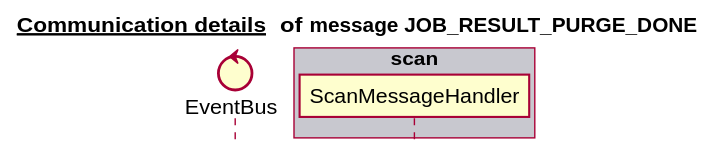
Earlier version of the PlantUML export docs/latest/images/gen_domain_messaging_job_result_purge_done.svg (mercedes-benz/sechub). The source it was exported from:
```plantuml
@startuml


title __Communication details __ of **message JOB_RESULT_PURGE_DONE**
skinparam style strictuml


control EventBus
box "scan" #C8C8CF
   participant ScanMessageHandler
end box
box "schedule" #F8F8FF
end box
box "authorization" #C8C8CF
end box
box "administration" #F8F8FF
end box
box "notification" #C8C8CF
end box


@enduml
```
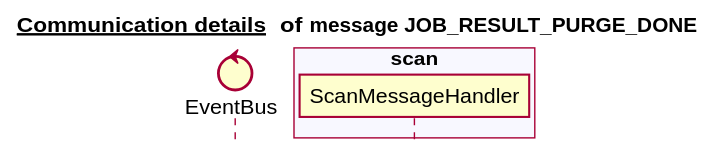
Later version of the same file.

The edit, as a diff of the source:
```diff
@@ -6,16 +6,16 @@
 
 
 control EventBus
-box "scan" #C8C8CF
+box "schedule" #C8C8CF
+end box
+box "scan" #F8F8FF
    participant ScanMessageHandler
 end box
-box "schedule" #F8F8FF
+box "administration" #C8C8CF
+end box
+box "notification" #F8F8FF
 end box
 box "authorization" #C8C8CF
-end box
-box "administration" #F8F8FF
-end box
-box "notification" #C8C8CF
 end box
 
 
```
